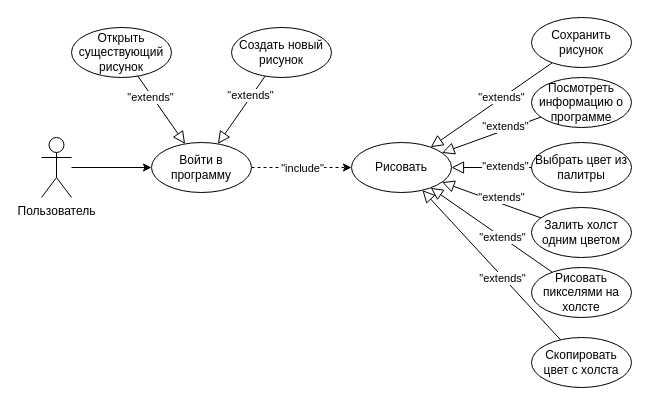
Before: Docs/Диаграммы/Проект_Варианты_использования.drawio in Tetro7/PixLab, a draw.io diagram. Source tidied: cells renumbered, new cells numbered last; positions are measured from the earlier drawing's top-left corner, leaving out a move shared by most shapes. Both pictures are drawn from the tidied source at 100%, with x=0, y=0 at pixel (41, 17).
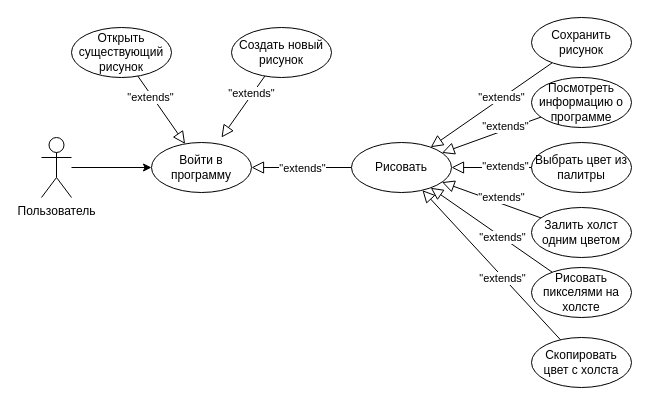
After the change.

Unchanged cells that the change refers to:
```xml
<mxCell id="6" value="Создать новый&lt;br&gt;рисунок" style="ellipse;whiteSpace=wrap;html=1;" parent="1" vertex="1">
  <mxGeometry x="190" y="10" width="100" height="50" as="geometry" />
</mxCell>
<mxCell id="30" value="Войти в программу" style="ellipse;whiteSpace=wrap;html=1;" parent="1" vertex="1">
  <mxGeometry x="110" y="125" width="100" height="50" as="geometry" />
</mxCell>
<mxCell id="31" value="Рисовать" style="ellipse;whiteSpace=wrap;html=1;" parent="1" vertex="1">
  <mxGeometry x="310" y="125" width="100" height="50" as="geometry" />
</mxCell>
```

Diff of the diagram source:
```diff
@@
-    <mxCell id="4" style="rounded=0;jettySize=auto;html=1;endArrow=block;endFill=0;startSize=7;endSize=10;" parent="1" edge="1" source="6" target="30">
-      <mxGeometry relative="1" as="geometry" />
+    <mxCell id="4" style="rounded=0;jettySize=auto;html=1;endArrow=block;endFill=0;startSize=7;endSize=10;" parent="1" edge="1" source="6">
+      <mxGeometry relative="1" as="geometry">
+        <mxPoint x="180" y="120" as="targetPoint" />
+      </mxGeometry>
     </mxCell>
@@
-    <mxCell id="28" style="edgeStyle=orthogonalEdgeStyle;rounded=0;jettySize=auto;html=1;dashed=1;" parent="1" edge="1" source="30" target="31">
+    <mxCell id="28" style="edgeStyle=orthogonalEdgeStyle;rounded=0;jettySize=auto;html=1;startArrow=block;startFill=0;startSize=10;endArrow=none;endFill=0;" parent="1" edge="1" source="30" target="31">
       <mxGeometry relative="1" as="geometry" />
     </mxCell>
-    <mxCell id="29" value="&quot;include&quot;" style="edgeLabel;html=1;align=center;verticalAlign=middle;" parent="28" vertex="1">
+    <mxCell id="29" value="&quot;extends&quot;" style="edgeLabel;html=1;align=center;verticalAlign=middle;" parent="28" vertex="1">
       <mxGeometry x="-0.3" y="-1" relative="1" as="geometry">
         <mxPoint x="15" y="-1" as="offset" />
       </mxGeometry>
     </mxCell>
```
